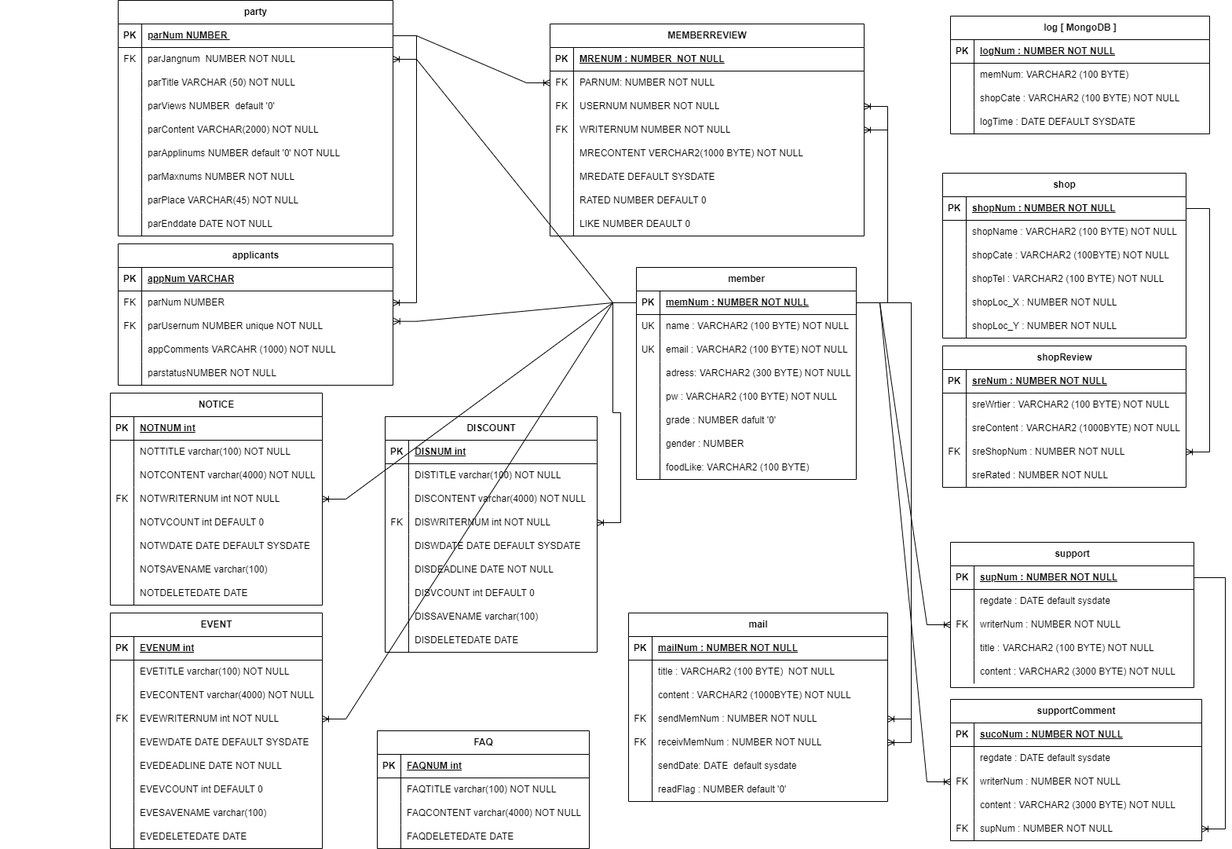
The draw.io diagram ERD 다이어그램_2조.drawio.png in korno1/hotplace, before a commit. Source tidied: cells renumbered, new cells last; positions are measured from the earlier drawing's top-left corner, leaving out a move shared by most shapes.
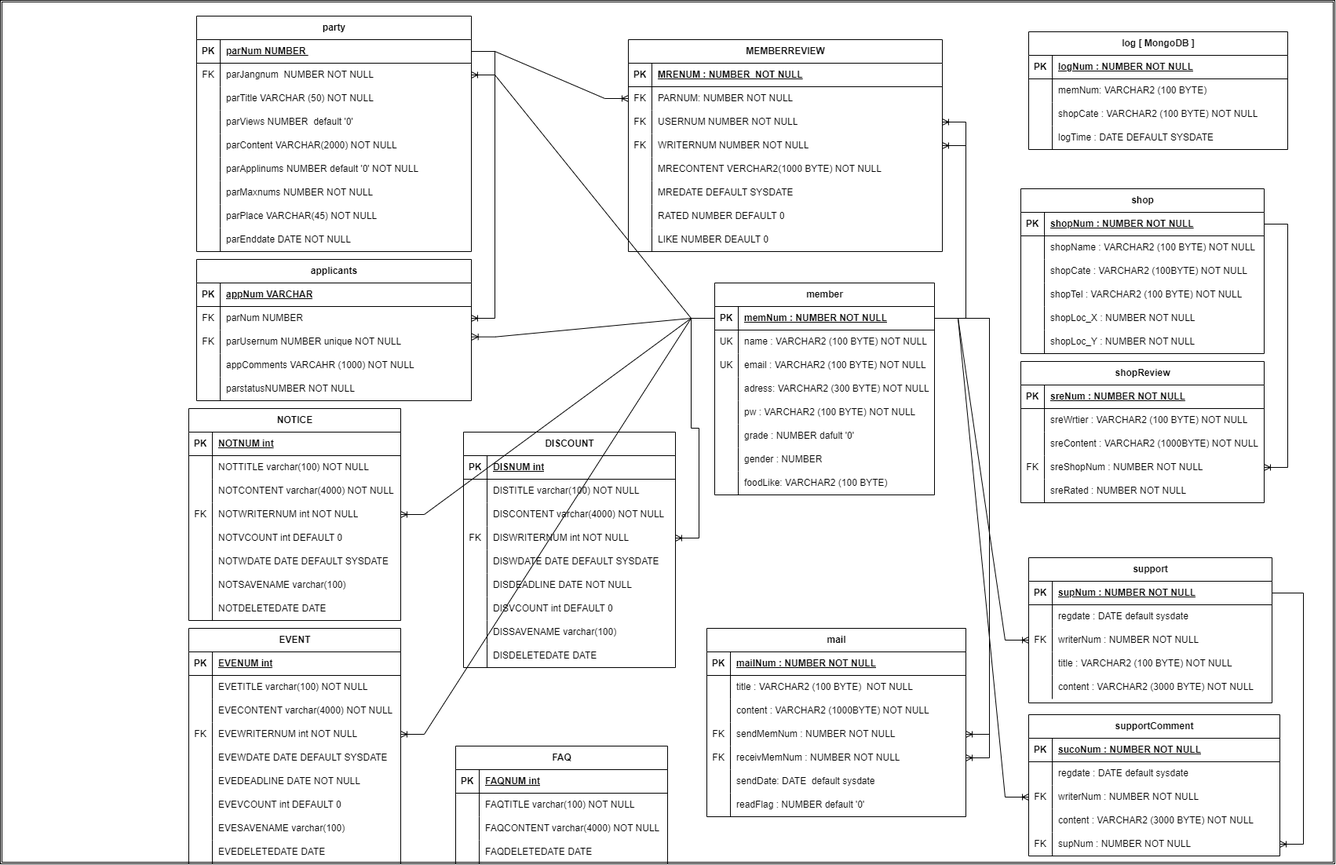
After the commit.

Commit message:
ERD 다이어그램_2조.drawio.png 업데이트

Diff of the diagram source:
```diff
@@ -2,6 +2,9 @@
   <root>
     <mxCell id="0" />
     <mxCell id="1" parent="0" />
+    <mxCell id="319" style="shape=ext;double=1;rounded=0;whiteSpace=wrap;html=1;" parent="1" vertex="1">
+      <mxGeometry x="-100" y="4" width="1700" height="1100" as="geometry" />
+    </mxCell>
     <mxCell id="2" value="mail" style="shape=table;startSize=30;rowLines=0;fontStyle=1;align=center;html=1;" parent="1" vertex="1">
       <mxGeometry x="800" y="804" width="330" height="240" as="geometry" />
     </mxCell>
```
